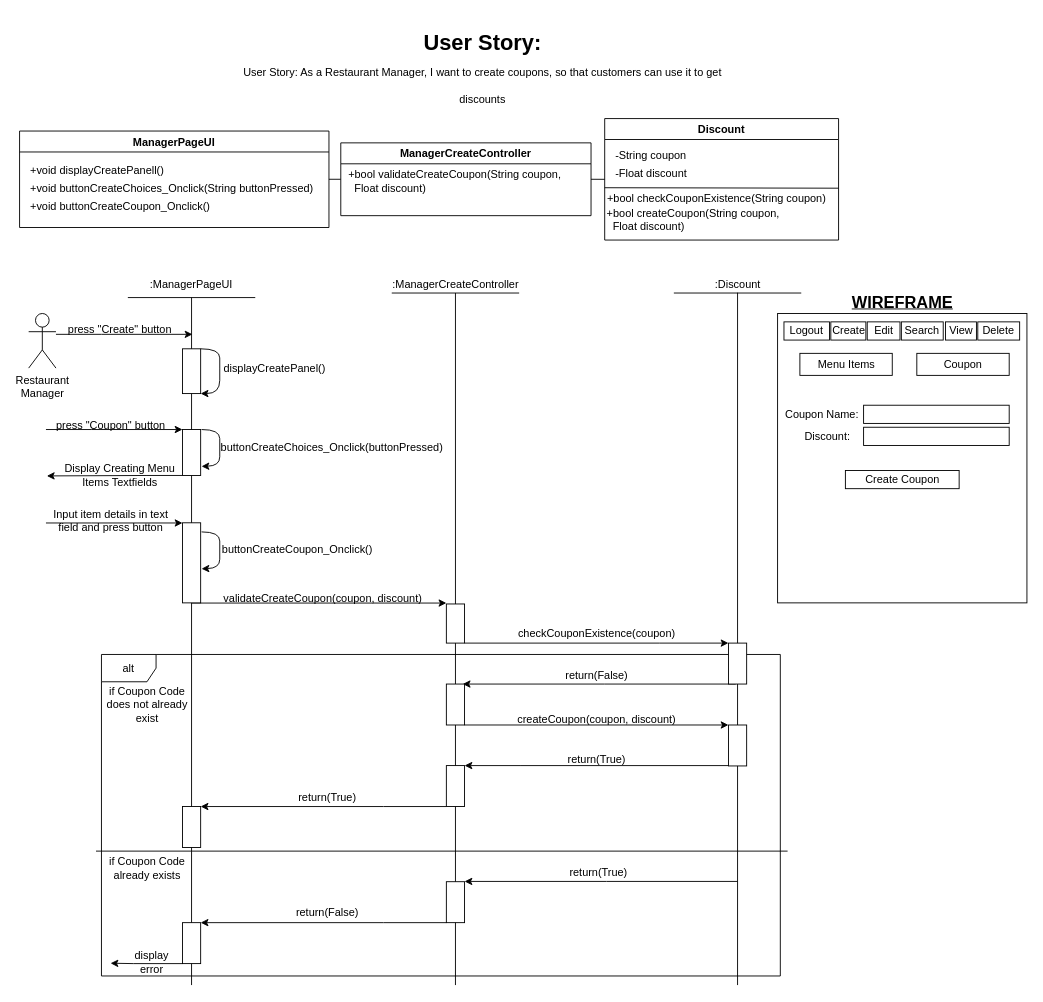
The draw.io diagram BCE_UML_and_Diagrams/RestaurantManager/RestaurantManager_CreateCoupon(#420)/UserStory#420_CreateCoupons.drawio in extred5700/JAVAGUI-Restaurant-Table-Order-System, before the edit. Source tidied: cells renumbered, new cells numbered last; positions are measured from the earlier drawing's top-left corner, leaving out a move shared by most shapes. Both pictures are drawn from the tidied source at 91%, with x=0, y=0 at pixel (19, 25).
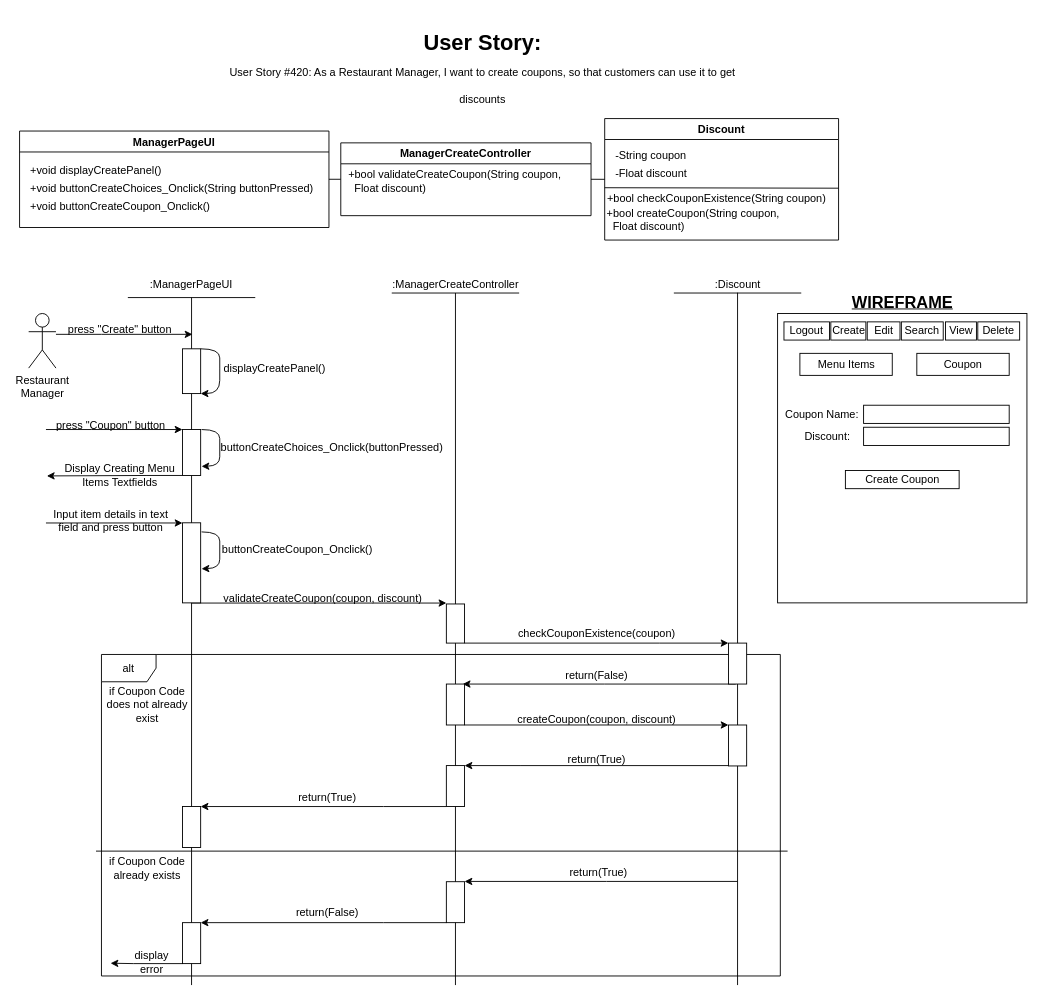
The same diagram, later.

The change refers to these unchanged cells:
```xml
<mxCell id="10" value="ManagerPageUI" style="swimlane;" parent="1" vertex="1">
  <mxGeometry y="116.5" width="340" height="106" as="geometry" />
</mxCell>
```

What changed in the source:
```diff
@@
-    <mxCell id="11" value="+void displayCreatePanell()" style="text;html=1;align=left;verticalAlign=middle;strokeColor=none;fillColor=none;" parent="10" vertex="1">
+    <mxCell id="11" value="+void displayCreatePanel()" style="text;html=1;align=left;verticalAlign=middle;strokeColor=none;fillColor=none;" parent="10" vertex="1">
       <mxGeometry x="10" y="33" width="160" height="20" as="geometry" />
     </mxCell>
@@
-    <mxCell id="55" value="&lt;h1&gt;User Story:&lt;br&gt;&lt;font style=&quot;font-size: 12px ; font-weight: normal&quot;&gt;User Story: As a Restaurant Manager, I want to create coupons, so that customers can use it to get discounts&lt;/font&gt;&lt;/h1&gt;" style="text;html=1;strokeColor=none;fillColor=none;spacing=5;spacingTop=-20;whiteSpace=wrap;overflow=hidden;rounded=0;align=center;" parent="1" vertex="1">
+    <mxCell id="55" value="&lt;h1&gt;User Story:&lt;br&gt;&lt;font style=&quot;font-size: 12px ; font-weight: normal&quot;&gt;User Story #420: As a Restaurant Manager, I want to create coupons, so that customers can use it to get discounts&lt;/font&gt;&lt;/h1&gt;" style="text;html=1;strokeColor=none;fillColor=none;spacing=5;spacingTop=-20;whiteSpace=wrap;overflow=hidden;rounded=0;align=center;" parent="1" vertex="1">
       <mxGeometry x="219" width="580" height="100" as="geometry" />
     </mxCell>
```
